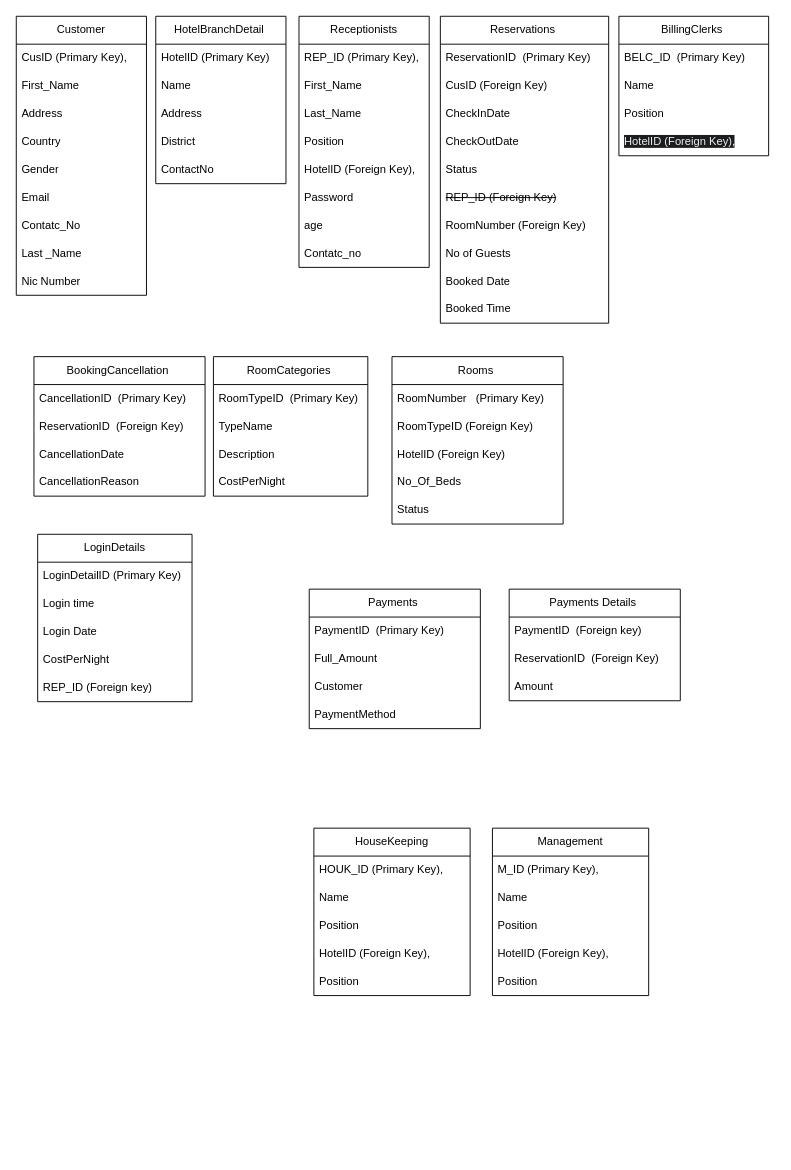
This is LoversLeap.drawio from OshanAmarathunga/Lovers_Leap----Hotel-Management-System, a draw.io file, before an edit. Source tidied: cells renumbered, new cells numbered last; positions are measured from the earlier drawing's top-left corner, leaving out a move shared by most shapes. Both pictures are drawn from the tidied source at 93%, with x=0, y=0 at pixel (16, 16).
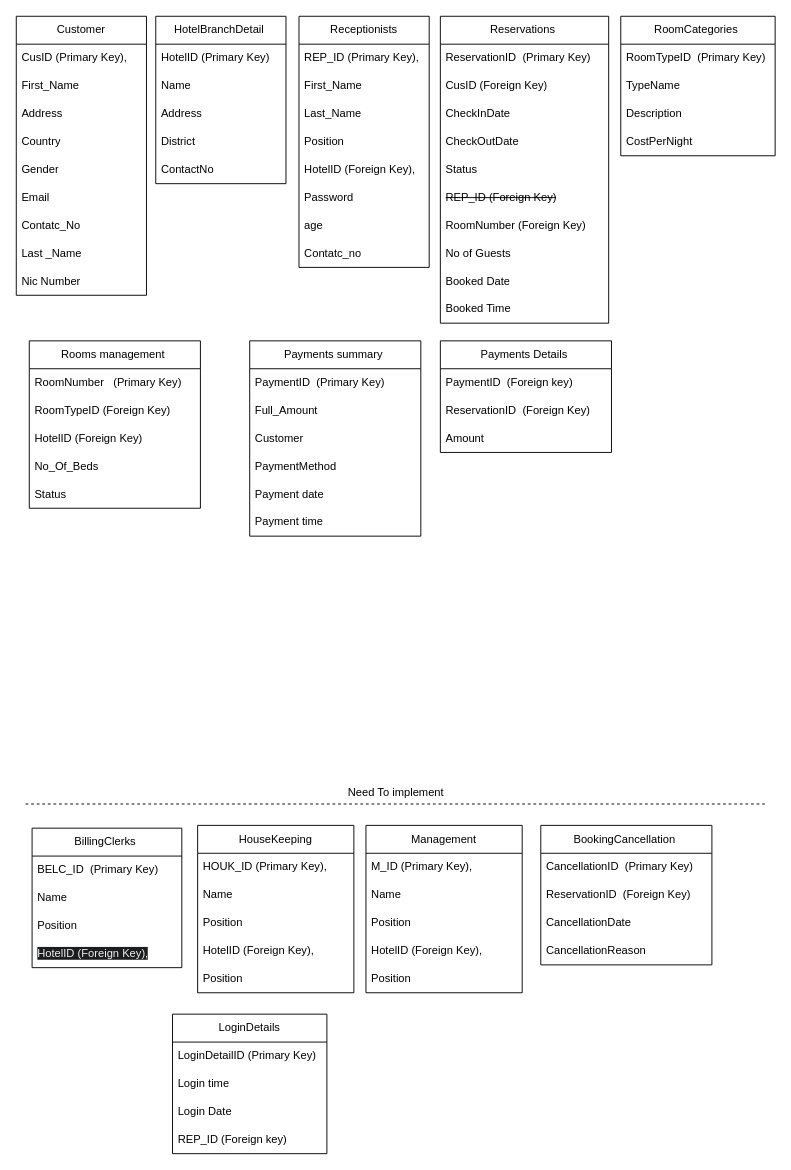
The same page after the edit.

Diff of the diagram source:
```diff
@@
     <mxCell id="27" value="BillingClerks&amp;nbsp;" style="swimlane;fontStyle=0;horizontal=1;startSize=30;whiteSpace=wrap;html=1;" parent="1" vertex="1">
-      <mxGeometry x="648" width="161" height="150" as="geometry" />
+      <mxGeometry x="17" y="873" width="161" height="150" as="geometry" />
     </mxCell>
@@
     <mxCell id="43" value="RoomCategories&amp;nbsp;" style="swimlane;fontStyle=0;horizontal=1;startSize=30;whiteSpace=wrap;html=1;" parent="1" vertex="1">
-      <mxGeometry x="212" y="366" width="166" height="150" as="geometry" />
+      <mxGeometry x="650" width="166" height="150" as="geometry" />
     </mxCell>
@@
-    <mxCell id="48" value="Rooms&amp;nbsp;" style="swimlane;fontStyle=0;horizontal=1;startSize=30;whiteSpace=wrap;html=1;" parent="1" vertex="1">
-      <mxGeometry x="404" y="366" width="184" height="180" as="geometry" />
+    <mxCell id="48" value="Rooms management&amp;nbsp;" style="swimlane;fontStyle=0;horizontal=1;startSize=30;whiteSpace=wrap;html=1;" parent="1" vertex="1">
+      <mxGeometry x="14" y="349" width="184" height="180" as="geometry" />
     </mxCell>
@@
-    <mxCell id="54" value="Payments&amp;nbsp;" style="swimlane;fontStyle=0;horizontal=1;startSize=30;whiteSpace=wrap;html=1;" parent="1" vertex="1">
-      <mxGeometry x="315" y="616" width="184" height="150" as="geometry" />
+    <mxCell id="54" value="Payments summary&amp;nbsp;" style="swimlane;fontStyle=0;horizontal=1;startSize=30;whiteSpace=wrap;html=1;" parent="1" vertex="1">
+      <mxGeometry x="251" y="349" width="184" height="210" as="geometry" />
     </mxCell>
@@
+    <mxCell id="86" value="Payment date" style="text;strokeColor=none;fillColor=none;align=left;verticalAlign=middle;spacingLeft=4;spacingRight=4;overflow=hidden;whiteSpace=wrap;html=1;" parent="54" vertex="1">
+      <mxGeometry y="150" width="184" height="30" as="geometry" />
+    </mxCell>
+    <mxCell id="87" value="Payment time" style="text;strokeColor=none;fillColor=none;align=left;verticalAlign=middle;spacingLeft=4;spacingRight=4;overflow=hidden;whiteSpace=wrap;html=1;" parent="54" vertex="1">
+      <mxGeometry y="180" width="184" height="30" as="geometry" />
+    </mxCell>
     <mxCell id="59" value="BookingCancellation&amp;nbsp;" style="swimlane;fontStyle=0;horizontal=1;startSize=30;whiteSpace=wrap;html=1;" parent="1" vertex="1">
-      <mxGeometry x="19" y="366" width="184" height="150" as="geometry" />
+      <mxGeometry x="564" y="870" width="184" height="150" as="geometry" />
     </mxCell>
@@
     <mxCell id="64" value="HouseKeeping" style="swimlane;fontStyle=0;horizontal=1;startSize=30;whiteSpace=wrap;html=1;" parent="1" vertex="1">
-      <mxGeometry x="320" y="873" width="168" height="180" as="geometry" />
+      <mxGeometry x="195" y="870" width="168" height="180" as="geometry" />
     </mxCell>
@@
     <mxCell id="70" value="Management" style="swimlane;fontStyle=0;horizontal=1;startSize=30;whiteSpace=wrap;html=1;" parent="1" vertex="1">
-      <mxGeometry x="512" y="873" width="168" height="180" as="geometry" />
+      <mxGeometry x="376" y="870" width="168" height="180" as="geometry" />
     </mxCell>
@@
     <mxCell id="76" value="LoginDetails" style="swimlane;fontStyle=0;horizontal=1;startSize=30;whiteSpace=wrap;html=1;" parent="1" vertex="1">
-      <mxGeometry x="23" y="557" width="166" height="180" as="geometry" />
+      <mxGeometry x="168" y="1073" width="166" height="150" as="geometry" />
     </mxCell>
@@
-    <mxCell id="80" value="CostPerNight&amp;nbsp;" style="text;strokeColor=none;fillColor=none;align=left;verticalAlign=middle;spacingLeft=4;spacingRight=4;overflow=hidden;whiteSpace=wrap;html=1;" parent="76" vertex="1">
-      <mxGeometry y="120" width="166" height="30" as="geometry" />
-    </mxCell>
     <mxCell id="81" value="REP_ID (Foreign key)" style="text;strokeColor=none;fillColor=none;align=left;verticalAlign=middle;spacingLeft=4;spacingRight=4;overflow=hidden;whiteSpace=wrap;html=1;" parent="76" vertex="1">
-      <mxGeometry y="150" width="166" height="30" as="geometry" />
+      <mxGeometry y="120" width="166" height="30" as="geometry" />
     </mxCell>
     <mxCell id="82" value="Payments Details&amp;nbsp;" style="swimlane;fontStyle=0;horizontal=1;startSize=30;whiteSpace=wrap;html=1;" parent="1" vertex="1">
-      <mxGeometry x="530" y="616" width="184" height="120" as="geometry" />
+      <mxGeometry x="456" y="349" width="184" height="120" as="geometry" />
     </mxCell>
@@
+    <mxCell id="88" style="endArrow=none;dashed=1;html=1;rounded=0;" parent="1" edge="1">
+      <mxGeometry relative="1" as="geometry">
+        <mxPoint x="10" y="847" as="sourcePoint" />
+        <mxPoint x="808" y="847" as="targetPoint" />
+      </mxGeometry>
+    </mxCell>
+    <mxCell id="89" value="Need To implement" style="text;html=1;align=center;verticalAlign=middle;whiteSpace=wrap;rounded=0;" parent="1" vertex="1">
+      <mxGeometry x="273" y="820" width="271" height="30" as="geometry" />
+    </mxCell>
```
